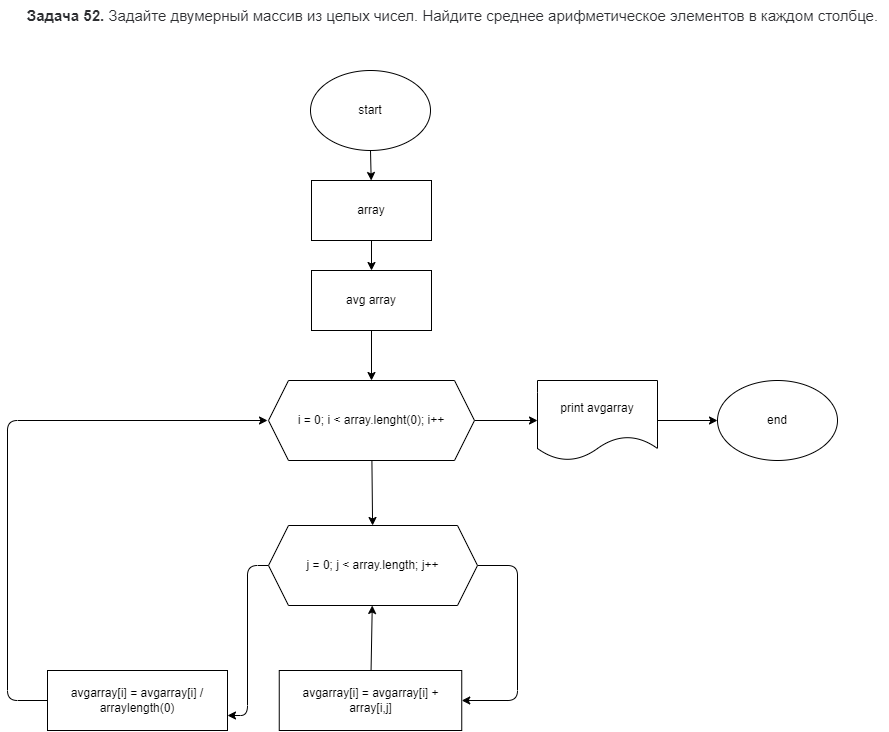
Above: Homework7/Task52/diagram.drawio.png in Matsulevich-Olga/gb_homeworks_matsulevich (draw.io), before the change. Source tidied: cells renumbered, new cells last; positions are measured from the earlier drawing's top-left corner, leaving out a move shared by most shapes. Its diagram source:
```xml
<mxGraphModel>
  <root>
    <mxCell id="0" />
    <mxCell id="1" parent="0" />
    <mxCell id="2" value="&lt;span style=&quot;box-sizing: border-box ; font-weight: 700 ; color: rgb(44 , 45 , 48) ; font-family: &amp;#34;roboto&amp;#34; , &amp;#34;san francisco&amp;#34; , &amp;#34;helvetica neue&amp;#34; , &amp;#34;helvetica&amp;#34; , &amp;#34;arial&amp;#34; ; font-size: 15px ; background-color: rgb(255 , 255 , 255)&quot;&gt;Задача 52.&lt;/span&gt;&lt;span style=&quot;color: rgb(44 , 45 , 48) ; font-family: &amp;#34;roboto&amp;#34; , &amp;#34;san francisco&amp;#34; , &amp;#34;helvetica neue&amp;#34; , &amp;#34;helvetica&amp;#34; , &amp;#34;arial&amp;#34; ; font-size: 15px ; background-color: rgb(255 , 255 , 255)&quot;&gt;&amp;nbsp;Задайте двумерный массив из целых чисел. Найдите среднее арифметическое элементов в каждом столбце.&lt;/span&gt;" style="text;html=1;strokeColor=none;fillColor=none;align=center;verticalAlign=middle;whiteSpace=wrap;rounded=0;" parent="1" vertex="1">
      <mxGeometry x="10" width="871" height="30" as="geometry" />
    </mxCell>
    <mxCell id="3" style="edgeStyle=none;html=1;" parent="1" edge="1" source="4" target="6">
      <mxGeometry relative="1" as="geometry" />
    </mxCell>
    <mxCell id="4" value="start" style="ellipse;whiteSpace=wrap;html=1;" parent="1" vertex="1">
      <mxGeometry x="303" y="70" width="120" height="80" as="geometry" />
    </mxCell>
    <mxCell id="5" style="edgeStyle=none;html=1;" parent="1" edge="1" source="6" target="8">
      <mxGeometry relative="1" as="geometry" />
    </mxCell>
    <mxCell id="6" value="array" style="rounded=0;whiteSpace=wrap;html=1;" parent="1" vertex="1">
      <mxGeometry x="304" y="180" width="120" height="60" as="geometry" />
    </mxCell>
    <mxCell id="7" style="edgeStyle=none;html=1;" parent="1" edge="1" source="8" target="11">
      <mxGeometry relative="1" as="geometry" />
    </mxCell>
    <mxCell id="8" value="avg array" style="rounded=0;whiteSpace=wrap;html=1;" parent="1" vertex="1">
      <mxGeometry x="304" y="270" width="120" height="60" as="geometry" />
    </mxCell>
    <mxCell id="9" style="edgeStyle=none;html=1;" parent="1" edge="1" source="11" target="14">
      <mxGeometry relative="1" as="geometry" />
    </mxCell>
    <mxCell id="10" style="edgeStyle=none;html=1;" parent="1" edge="1" source="11" target="20">
      <mxGeometry relative="1" as="geometry" />
    </mxCell>
    <mxCell id="11" value="i = 0; i &amp;lt; array.lenght(0); i++" style="shape=hexagon;perimeter=hexagonPerimeter2;whiteSpace=wrap;html=1;fixedSize=1;" parent="1" vertex="1">
      <mxGeometry x="261" y="380" width="206" height="80" as="geometry" />
    </mxCell>
    <mxCell id="12" style="edgeStyle=none;html=1;exitX=1;exitY=0.5;exitDx=0;exitDy=0;entryX=1;entryY=0.5;entryDx=0;entryDy=0;" parent="1" edge="1" source="14" target="16">
      <mxGeometry relative="1" as="geometry">
        <Array as="points">
          <mxPoint x="510" y="565" />
          <mxPoint x="510" y="700" />
        </Array>
      </mxGeometry>
    </mxCell>
    <mxCell id="13" style="edgeStyle=none;html=1;exitX=0;exitY=0.5;exitDx=0;exitDy=0;entryX=1;entryY=0.75;entryDx=0;entryDy=0;" parent="1" edge="1" source="14" target="18">
      <mxGeometry relative="1" as="geometry">
        <Array as="points">
          <mxPoint x="240" y="565" />
          <mxPoint x="240" y="715" />
        </Array>
      </mxGeometry>
    </mxCell>
    <mxCell id="14" value="j = 0; j &amp;lt; array.length; j++" style="shape=hexagon;perimeter=hexagonPerimeter2;whiteSpace=wrap;html=1;fixedSize=1;" parent="1" vertex="1">
      <mxGeometry x="261" y="525" width="209" height="80" as="geometry" />
    </mxCell>
    <mxCell id="15" style="edgeStyle=none;html=1;" parent="1" edge="1" source="16" target="14">
      <mxGeometry relative="1" as="geometry" />
    </mxCell>
    <mxCell id="16" value="avgarray[i] = avgarray[i] + array[i,j]" style="rounded=0;whiteSpace=wrap;html=1;" parent="1" vertex="1">
      <mxGeometry x="271.8" y="670" width="182.5" height="60" as="geometry" />
    </mxCell>
    <mxCell id="17" style="edgeStyle=none;html=1;" parent="1" edge="1" source="18">
      <mxGeometry relative="1" as="geometry">
        <mxPoint x="260" y="420" as="targetPoint" />
        <Array as="points">
          <mxPoint y="700" />
          <mxPoint y="420" />
        </Array>
      </mxGeometry>
    </mxCell>
    <mxCell id="18" value="avgarray[i] = avgarray[i] / arraylength(0)" style="rounded=0;whiteSpace=wrap;html=1;" parent="1" vertex="1">
      <mxGeometry x="40" y="670" width="180" height="60" as="geometry" />
    </mxCell>
    <mxCell id="19" style="edgeStyle=none;html=1;" parent="1" edge="1" source="20" target="21">
      <mxGeometry relative="1" as="geometry" />
    </mxCell>
    <mxCell id="20" value="print avgarray" style="shape=document;whiteSpace=wrap;html=1;boundedLbl=1;" parent="1" vertex="1">
      <mxGeometry x="530" y="380" width="120" height="80" as="geometry" />
    </mxCell>
    <mxCell id="21" value="end" style="ellipse;whiteSpace=wrap;html=1;" parent="1" vertex="1">
      <mxGeometry x="710" y="380" width="120" height="80" as="geometry" />
    </mxCell>
  </root>
</mxGraphModel>
```
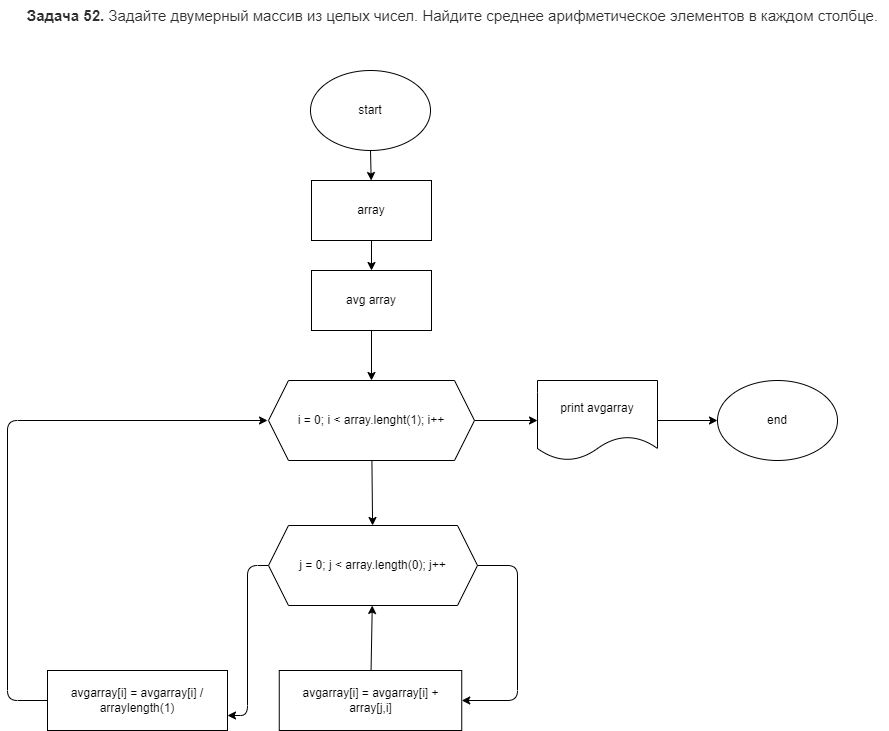
Above is the later version.

Commit message:
Task52 corrected

Change to the diagram source:
```diff
@@ -29,7 +29,7 @@
     <mxCell id="10" style="edgeStyle=none;html=1;" parent="1" edge="1" source="11" target="20">
       <mxGeometry relative="1" as="geometry" />
     </mxCell>
-    <mxCell id="11" value="i = 0; i &amp;lt; array.lenght(0); i++" style="shape=hexagon;perimeter=hexagonPerimeter2;whiteSpace=wrap;html=1;fixedSize=1;" parent="1" vertex="1">
+    <mxCell id="11" value="i = 0; i &amp;lt; array.lenght(1); i++" style="shape=hexagon;perimeter=hexagonPerimeter2;whiteSpace=wrap;html=1;fixedSize=1;" parent="1" vertex="1">
       <mxGeometry x="261" y="380" width="206" height="80" as="geometry" />
     </mxCell>
     <mxCell id="12" style="edgeStyle=none;html=1;exitX=1;exitY=0.5;exitDx=0;exitDy=0;entryX=1;entryY=0.5;entryDx=0;entryDy=0;" parent="1" edge="1" source="14" target="16">
@@ -48,13 +48,13 @@
         </Array>
       </mxGeometry>
     </mxCell>
-    <mxCell id="14" value="j = 0; j &amp;lt; array.length; j++" style="shape=hexagon;perimeter=hexagonPerimeter2;whiteSpace=wrap;html=1;fixedSize=1;" parent="1" vertex="1">
+    <mxCell id="14" value="j = 0; j &amp;lt; array.length(0); j++" style="shape=hexagon;perimeter=hexagonPerimeter2;whiteSpace=wrap;html=1;fixedSize=1;" parent="1" vertex="1">
       <mxGeometry x="261" y="525" width="209" height="80" as="geometry" />
     </mxCell>
     <mxCell id="15" style="edgeStyle=none;html=1;" parent="1" edge="1" source="16" target="14">
       <mxGeometry relative="1" as="geometry" />
     </mxCell>
-    <mxCell id="16" value="avgarray[i] = avgarray[i] + array[i,j]" style="rounded=0;whiteSpace=wrap;html=1;" parent="1" vertex="1">
+    <mxCell id="16" value="avgarray[i] = avgarray[i] + array[j,i]" style="rounded=0;whiteSpace=wrap;html=1;" parent="1" vertex="1">
       <mxGeometry x="271.8" y="670" width="182.5" height="60" as="geometry" />
     </mxCell>
     <mxCell id="17" style="edgeStyle=none;html=1;" parent="1" edge="1" source="18">
@@ -66,7 +66,7 @@
         </Array>
       </mxGeometry>
     </mxCell>
-    <mxCell id="18" value="avgarray[i] = avgarray[i] / arraylength(0)" style="rounded=0;whiteSpace=wrap;html=1;" parent="1" vertex="1">
+    <mxCell id="18" value="avgarray[i] = avgarray[i] / arraylength(1)" style="rounded=0;whiteSpace=wrap;html=1;" parent="1" vertex="1">
       <mxGeometry x="40" y="670" width="180" height="60" as="geometry" />
     </mxCell>
     <mxCell id="19" style="edgeStyle=none;html=1;" parent="1" edge="1" source="20" target="21">
```
